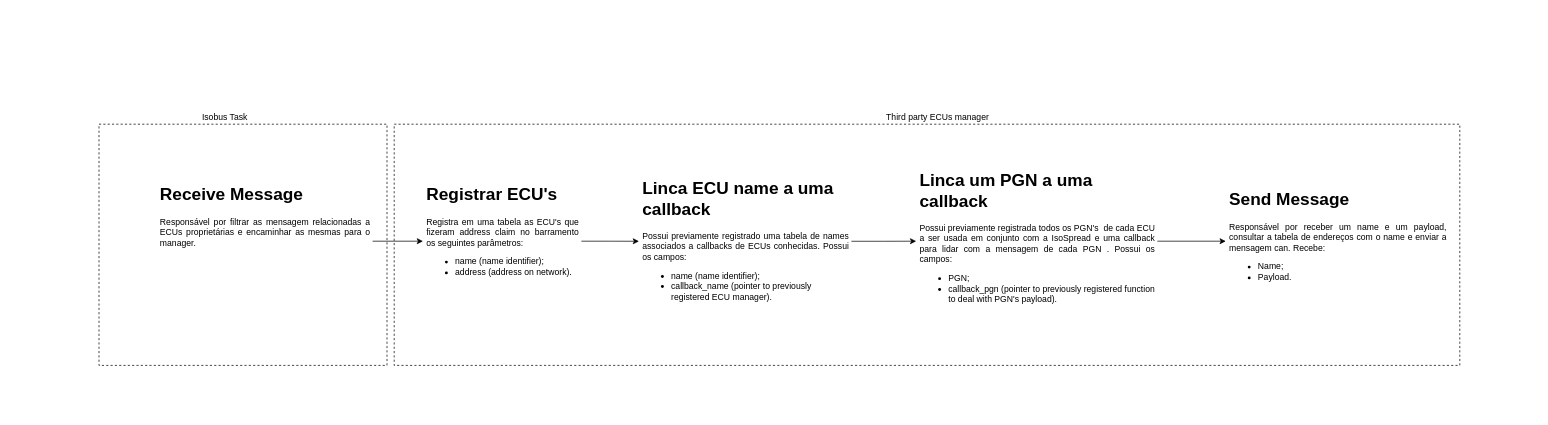
Before: Manager_1939.drawio in eduardochiarello/DrawIO_saves, a draw.io diagram. Source tidied: cells renumbered, new cells numbered last; positions are measured from the earlier drawing's top-left corner, leaving out a move shared by most shapes. Both pictures are drawn from the tidied source at 72%, with x=0, y=0 at pixel (99, 106).
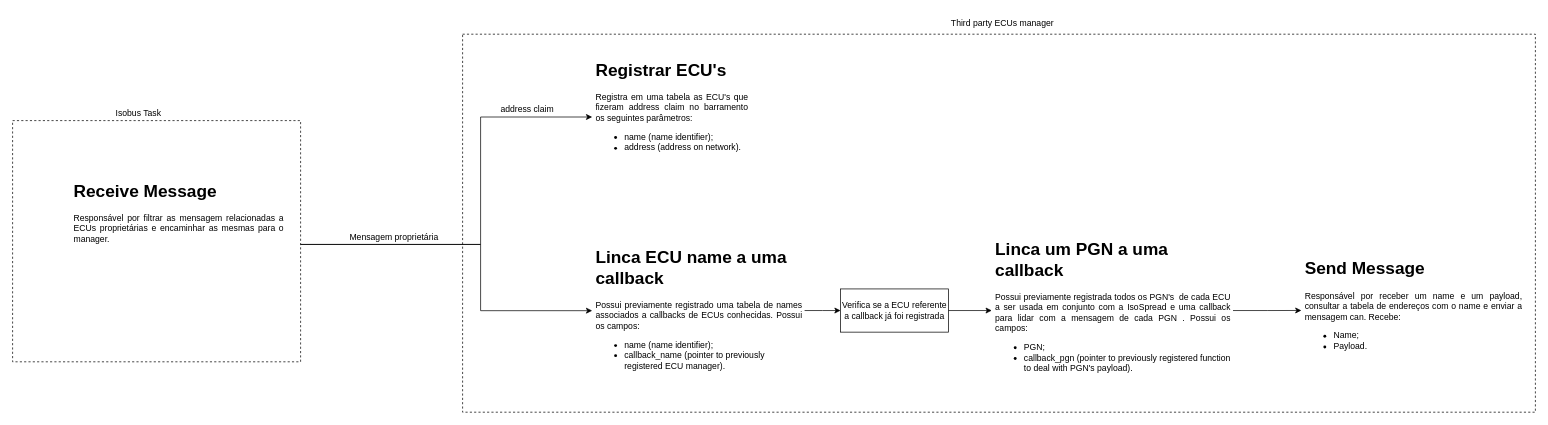
The same page after the edit.

The edit, as a diff of the source:
```diff
@@
-    <mxCell id="2" style="edgeStyle=orthogonalEdgeStyle;rounded=0;jettySize=auto;html=1;" parent="1" edge="1" source="3" target="5">
-      <mxGeometry relative="1" as="geometry" />
-    </mxCell>
     <mxCell id="3" value="&lt;h1&gt;Registrar ECU's&lt;br&gt;&lt;/h1&gt;&lt;p align=&quot;justify&quot;&gt;Registra em uma tabela as ECU's que fizeram address claim no barramento os seguintes parâmetros:&lt;/p&gt;&lt;ul&gt;&lt;li&gt;name (name identifier);&lt;br&gt;&lt;/li&gt;&lt;li&gt;address (address on network).&lt;br&gt;&lt;/li&gt;&lt;/ul&gt;" style="text;html=1;spacing=5;spacingTop=-20;whiteSpace=wrap;overflow=hidden;rounded=0;" parent="1" vertex="1">
-      <mxGeometry x="450" y="102.5" width="220" height="170" as="geometry" />
+      <mxGeometry x="685" y="-70" width="220" height="170" as="geometry" />
     </mxCell>
-    <mxCell id="4" style="edgeStyle=orthogonalEdgeStyle;rounded=0;jettySize=auto;html=1;" parent="1" edge="1" source="5" target="7">
-      <mxGeometry relative="1" as="geometry" />
-    </mxCell>
+    <mxCell id="15" style="edgeStyle=orthogonalEdgeStyle;rounded=0;jettySize=auto;html=1;" parent="1" edge="1" source="5" target="21">
+      <mxGeometry relative="1" as="geometry" />
+    </mxCell>
     <mxCell id="5" value="&lt;h1&gt;Linca ECU name a uma callback&lt;br&gt;&lt;/h1&gt;&lt;p align=&quot;justify&quot;&gt;Possui previamente registrado uma tabela de names associados a callbacks de ECUs conhecidas. Possui os campos:&lt;br&gt;&lt;/p&gt;&lt;ul&gt;&lt;li&gt;name (name identifier);&lt;br&gt;&lt;/li&gt;&lt;li&gt;callback_name (pointer to previously&lt;span class=&quot;corrected-phrase ng-star-inserted&quot;&gt;&lt;/span&gt;&lt;span class=&quot;corrected-phrase__displayed-text corrected-phrase__displayed-text_no-correction ng-star-inserted&quot;&gt;&lt;/span&gt; registered ECU manager).&lt;/li&gt;&lt;/ul&gt;" style="text;html=1;spacing=5;spacingTop=-20;whiteSpace=wrap;overflow=hidden;rounded=0;" parent="1" vertex="1">
-      <mxGeometry x="750" y="93.8" width="295" height="187.5" as="geometry" />
+      <mxGeometry x="685" y="190" width="295" height="187.5" as="geometry" />
     </mxCell>
@@
     <mxCell id="7" value="&lt;h1&gt;Linca um PGN a uma callback &lt;br&gt;&lt;/h1&gt;&lt;p align=&quot;justify&quot;&gt;Possui previamente registrada todos os PGN's&amp;nbsp; de cada ECU a ser usada em conjunto com a IsoSpread e uma callback para lidar com a mensagem de cada PGN . Possui os campos:&lt;br&gt;&lt;/p&gt;&lt;ul&gt;&lt;li&gt;PGN;&lt;br&gt;&lt;/li&gt;&lt;li&gt;callback_pgn (pointer to&amp;nbsp;&lt;span class=&quot;corrected-phrase ng-star-inserted&quot;&gt;&lt;/span&gt;&lt;span class=&quot;corrected-phrase__displayed-text corrected-phrase__displayed-text_no-correction ng-star-inserted&quot;&gt;&lt;/span&gt;previously registered function to deal with PGN's payload).&lt;/li&gt;&lt;/ul&gt;" style="text;html=1;spacing=5;spacingTop=-20;whiteSpace=wrap;overflow=hidden;rounded=0;" parent="1" vertex="1">
-      <mxGeometry x="1135" y="82.5" width="335" height="210" as="geometry" />
+      <mxGeometry x="1240" y="178.8" width="335" height="210" as="geometry" />
     </mxCell>
     <mxCell id="8" value="&lt;h1&gt;Send Message&lt;br&gt;&lt;/h1&gt;&lt;p align=&quot;justify&quot;&gt;Responsável por receber um name e um payload, consultar a tabela de endereços com o name e enviar a mensagem can. Recebe:&lt;/p&gt;&lt;ul&gt;&lt;li align=&quot;justify&quot;&gt;Name;&lt;/li&gt;&lt;li align=&quot;justify&quot;&gt;Payload.&lt;br&gt;&lt;/li&gt;&lt;/ul&gt;&lt;p align=&quot;justify&quot;&gt;&lt;br&gt;&lt;/p&gt;" style="text;html=1;spacing=5;spacingTop=-20;whiteSpace=wrap;overflow=hidden;rounded=0;" parent="1" vertex="1">
-      <mxGeometry x="1565" y="110" width="310" height="155" as="geometry" />
+      <mxGeometry x="1670" y="206.2" width="310" height="155" as="geometry" />
     </mxCell>
-    <mxCell id="9" style="edgeStyle=orthogonalEdgeStyle;rounded=0;jettySize=auto;html=1;" parent="1" edge="1" source="10" target="3">
-      <mxGeometry relative="1" as="geometry" />
-    </mxCell>
     <mxCell id="10" value="&lt;h1&gt;Receive Message&lt;br&gt;&lt;/h1&gt;&lt;p align=&quot;justify&quot;&gt;Responsável por filtrar as mensagem relacionadas a ECUs proprietárias e encaminhar as mesmas para o manager.&lt;/p&gt;" style="text;html=1;spacing=5;spacingTop=-20;whiteSpace=wrap;overflow=hidden;rounded=0;" parent="1" vertex="1">
-      <mxGeometry x="80" y="102.5" width="300" height="170" as="geometry" />
+      <mxGeometry x="-40" y="97.5" width="300" height="170" as="geometry" />
     </mxCell>
+    <mxCell id="16" style="edgeStyle=orthogonalEdgeStyle;rounded=0;jettySize=auto;html=1;" parent="1" edge="1" source="11" target="5">
+      <mxGeometry relative="1" as="geometry">
+        <Array as="points">
+          <mxPoint x="530" y="192" />
+          <mxPoint x="530" y="284" />
+        </Array>
+      </mxGeometry>
+    </mxCell>
+    <mxCell id="17" style="edgeStyle=orthogonalEdgeStyle;rounded=0;jettySize=auto;html=1;entryX=0;entryY=0.5;entryDx=0;entryDy=0;" parent="1" edge="1" source="11" target="3">
+      <mxGeometry relative="1" as="geometry">
+        <Array as="points">
+          <mxPoint x="530" y="192" />
+          <mxPoint x="530" y="15" />
+        </Array>
+      </mxGeometry>
+    </mxCell>
     <mxCell id="11" style="rounded=0;whiteSpace=wrap;html=1;dashed=1;fillColor=none;" parent="1" vertex="1">
-      <mxGeometry y="25" width="400" height="335" as="geometry" />
+      <mxGeometry x="-120" y="20" width="400" height="335" as="geometry" />
     </mxCell>
     <mxCell id="12" style="rounded=0;whiteSpace=wrap;html=1;dashed=1;fillColor=none;" parent="1" vertex="1">
-      <mxGeometry x="410" y="25" width="1480" height="335" as="geometry" />
+      <mxGeometry x="505" y="-100" width="1490" height="525" as="geometry" />
     </mxCell>
     <mxCell id="13" value="Isobus Task" style="text;html=1;align=center;verticalAlign=middle;whiteSpace=wrap;rounded=0;" parent="1" vertex="1">
-      <mxGeometry x="130" width="90" height="30" as="geometry" />
+      <mxGeometry x="10" y="-5" width="90" height="30" as="geometry" />
     </mxCell>
     <mxCell id="14" value="Third party ECUs manager" style="text;html=1;align=center;verticalAlign=middle;whiteSpace=wrap;rounded=0;" parent="1" vertex="1">
-      <mxGeometry x="1085" width="160" height="30" as="geometry" />
+      <mxGeometry x="1175" y="-130" width="160" height="30" as="geometry" />
     </mxCell>
+    <mxCell id="18" value="address claim" style="text;html=1;align=center;verticalAlign=middle;whiteSpace=wrap;rounded=0;" parent="1" vertex="1">
+      <mxGeometry x="550" y="-10" width="90" height="30" as="geometry" />
+    </mxCell>
+    <mxCell id="19" value="Mensagem proprietária" style="text;html=1;align=center;verticalAlign=middle;whiteSpace=wrap;rounded=0;" parent="1" vertex="1">
+      <mxGeometry x="340" y="167.5" width="140" height="30" as="geometry" />
+    </mxCell>
+    <mxCell id="20" style="edgeStyle=orthogonalEdgeStyle;rounded=0;jettySize=auto;html=1;" parent="1" edge="1" source="21" target="7">
+      <mxGeometry relative="1" as="geometry" />
+    </mxCell>
+    <mxCell id="21" value="Verifica se a ECU referente a callback já foi registrada" style="rounded=0;whiteSpace=wrap;html=1;fillColor=none;" parent="1" vertex="1">
+      <mxGeometry x="1030" y="253.8" width="150" height="60" as="geometry" />
+    </mxCell>
```
